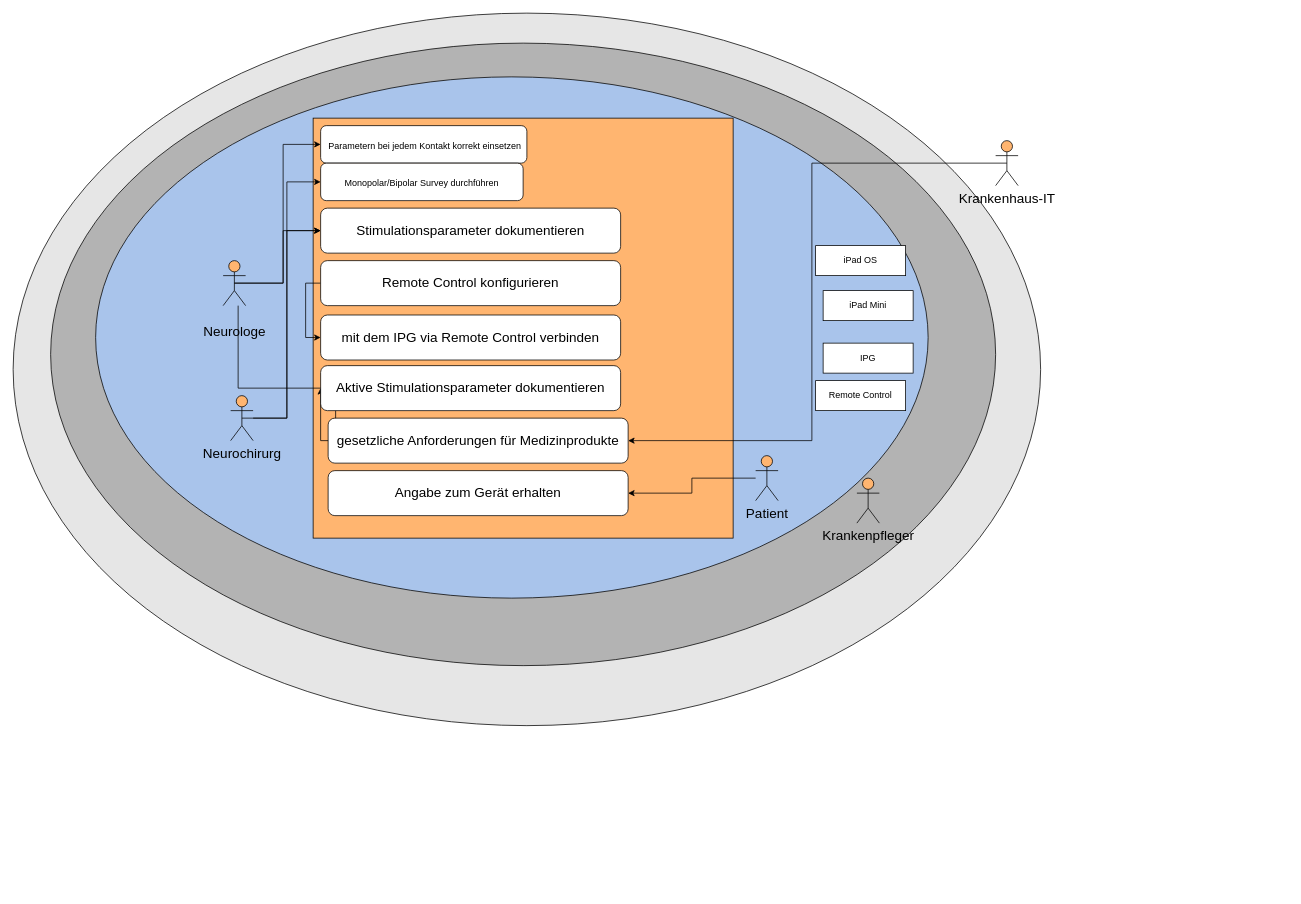
mesyamaureen/requirements-eng-uebungen keeps this draw.io diagram as Kontextdiagramm-uebung01.drawio. Above is the earlier version. Source tidied: cells renumbered, new cells numbered last; positions are measured from the earlier drawing's top-left corner, leaving out a move shared by most shapes. Both pictures are drawn from the tidied source at 75%, with x=0, y=0 at pixel (13, 13).
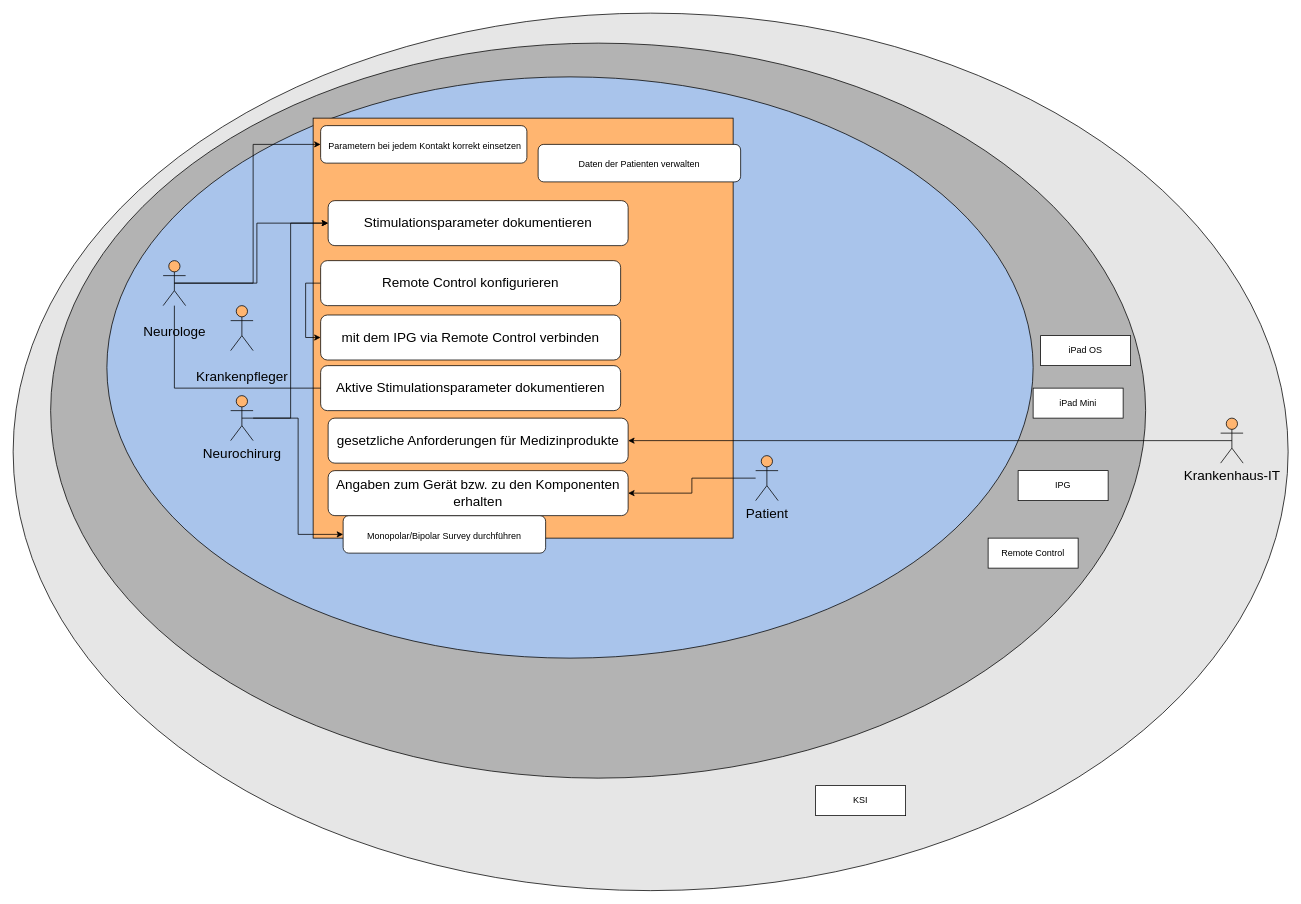
The same diagram, later.

Diff of the diagram source:
```diff
@@
     <mxCell id="2" style="ellipse;whiteSpace=wrap;html=1;fillColor=#E6E6E6;" parent="1" vertex="1">
-      <mxGeometry width="1370" height="950" as="geometry" />
+      <mxGeometry width="1700" height="1170" as="geometry" />
     </mxCell>
     <mxCell id="3" style="ellipse;whiteSpace=wrap;html=1;fillColor=#B3B3B3;" parent="1" vertex="1">
-      <mxGeometry x="50" y="40" width="1260" height="830" as="geometry" />
+      <mxGeometry x="50" y="40" width="1460" height="980" as="geometry" />
     </mxCell>
     <mxCell id="4" style="ellipse;whiteSpace=wrap;html=1;fillColor=#A9C4EB;" parent="1" vertex="1">
-      <mxGeometry x="110" y="85" width="1110" height="695" as="geometry" />
+      <mxGeometry x="125" y="85" width="1235" height="775" as="geometry" />
     </mxCell>
@@
     <mxCell id="10" value="&lt;font style=&quot;font-size: 18px&quot;&gt;Neurologe&lt;/font&gt;" style="shape=umlActor;verticalLabelPosition=bottom;verticalAlign=top;html=1;outlineConnect=0;fontSize=36;fillColor=#FFB570;" parent="1" vertex="1">
-      <mxGeometry x="280" y="330" width="30" height="60" as="geometry" />
+      <mxGeometry x="200" y="330" width="30" height="60" as="geometry" />
     </mxCell>
@@
     <mxCell id="17" value="Krankenhaus-IT" style="shape=umlActor;verticalLabelPosition=bottom;verticalAlign=top;html=1;outlineConnect=0;fontSize=18;fillColor=#FFB570;" parent="1" vertex="1">
-      <mxGeometry x="1310" y="170" width="30" height="60" as="geometry" />
+      <mxGeometry x="1610" y="540" width="30" height="60" as="geometry" />
     </mxCell>
@@
     <mxCell id="19" value="&lt;font style=&quot;font-size: 12px&quot;&gt;Monopolar/Bipolar Survey durchführen&lt;/font&gt;" style="rounded=1;whiteSpace=wrap;html=1;fontSize=18;fillColor=#FFFFFF;" parent="1" vertex="1">
-      <mxGeometry x="410" y="200" width="270" height="50" as="geometry" />
+      <mxGeometry x="440" y="670" width="270" height="50" as="geometry" />
     </mxCell>
     <mxCell id="20" value="Stimulationsparameter dokumentieren" style="rounded=1;whiteSpace=wrap;html=1;fontSize=18;fillColor=#FFFFFF;" parent="1" vertex="1">
-      <mxGeometry x="410" y="260" width="400" height="60" as="geometry" />
+      <mxGeometry x="420" y="250" width="400" height="60" as="geometry" />
     </mxCell>
@@
-    <mxCell id="25" value="Angabe zum Gerät erhalten" style="rounded=1;whiteSpace=wrap;html=1;fontSize=18;fillColor=#FFFFFF;" parent="1" vertex="1">
+    <mxCell id="25" value="Angaben zum Gerät bzw. zu den Komponenten erhalten" style="rounded=1;whiteSpace=wrap;html=1;fontSize=18;fillColor=#FFFFFF;" parent="1" vertex="1">
       <mxGeometry x="420" y="610" width="400" height="60" as="geometry" />
     </mxCell>
     <mxCell id="26" value="iPad Mini" style="rounded=0;whiteSpace=wrap;html=1;fontSize=12;fillColor=#FFFFFF;" parent="1" vertex="1">
-      <mxGeometry x="1080" y="370" width="120" height="40" as="geometry" />
+      <mxGeometry x="1360" y="500" width="120" height="40" as="geometry" />
     </mxCell>
     <mxCell id="27" value="IPG" style="rounded=0;whiteSpace=wrap;html=1;fontSize=12;fillColor=#FFFFFF;" parent="1" vertex="1">
-      <mxGeometry x="1080" y="440" width="120" height="40" as="geometry" />
+      <mxGeometry x="1340" y="610" width="120" height="40" as="geometry" />
     </mxCell>
     <mxCell id="28" value="Remote Control" style="rounded=0;whiteSpace=wrap;html=1;fontSize=12;fillColor=#FFFFFF;" parent="1" vertex="1">
-      <mxGeometry x="1070" y="490" width="120" height="40" as="geometry" />
+      <mxGeometry x="1300" y="700" width="120" height="40" as="geometry" />
     </mxCell>
     <mxCell id="29" value="iPad OS" style="rounded=0;whiteSpace=wrap;html=1;fontSize=12;fillColor=#FFFFFF;" parent="1" vertex="1">
-      <mxGeometry x="1070" y="310" width="120" height="40" as="geometry" />
+      <mxGeometry x="1370" y="430" width="120" height="40" as="geometry" />
     </mxCell>
-    <mxCell id="30" value="Krankenpfleger" style="shape=umlActor;verticalLabelPosition=bottom;verticalAlign=top;html=1;fontSize=18;fillColor=#FFB570;" parent="1" vertex="1">
-      <mxGeometry x="1125" y="620" width="30" height="60" as="geometry" />
+    <mxCell id="30" value="&lt;font style=&quot;font-size: 18px&quot;&gt;Krankenpfleger&lt;/font&gt;" style="shape=umlActor;verticalLabelPosition=bottom;verticalAlign=top;html=1;fontSize=36;fillColor=#FFB570;" parent="1" vertex="1">
+      <mxGeometry x="290" y="390" width="30" height="60" as="geometry" />
     </mxCell>
+    <mxCell id="31" value="&lt;font style=&quot;font-size: 12px&quot;&gt;Daten der Patienten verwalten&lt;br&gt;&lt;/font&gt;" style="rounded=1;whiteSpace=wrap;html=1;fontSize=18;fillColor=#FFFFFF;" parent="1" vertex="1">
+      <mxGeometry x="700" y="175" width="270" height="50" as="geometry" />
+    </mxCell>
+    <mxCell id="32" value="KSI" style="rounded=0;whiteSpace=wrap;html=1;fontSize=12;fillColor=#FFFFFF;" parent="1" vertex="1">
+      <mxGeometry x="1070" y="1030" width="120" height="40" as="geometry" />
+    </mxCell>
```
